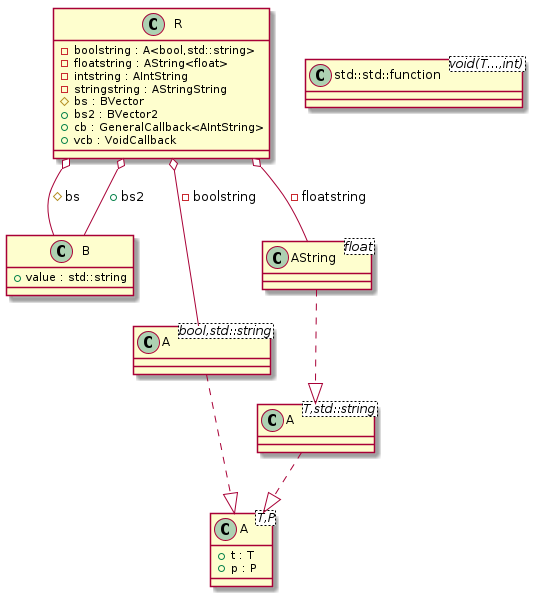
Before: docs/test_cases/t00014_class.png, a diagram exported from PlantUML (bkryza/clang-uml).
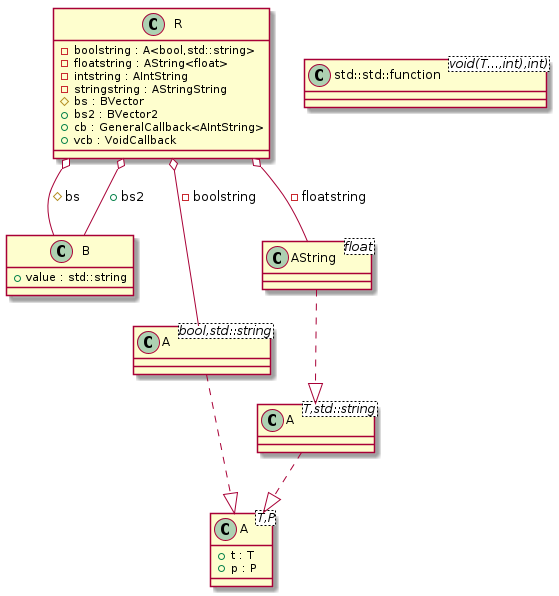
After the commit.

Diff of the diagram source:
```diff
@@ -3,7 +3,7 @@
 
 class "A<T,std::string>" as C_0000000229
 
-class "std::std::function<void(T...,int)>" as C_0000000231
+class "std::std::function<void(T...,int),int)>" as C_0000000231
 
 class "B" as C_0000000233
 
```
